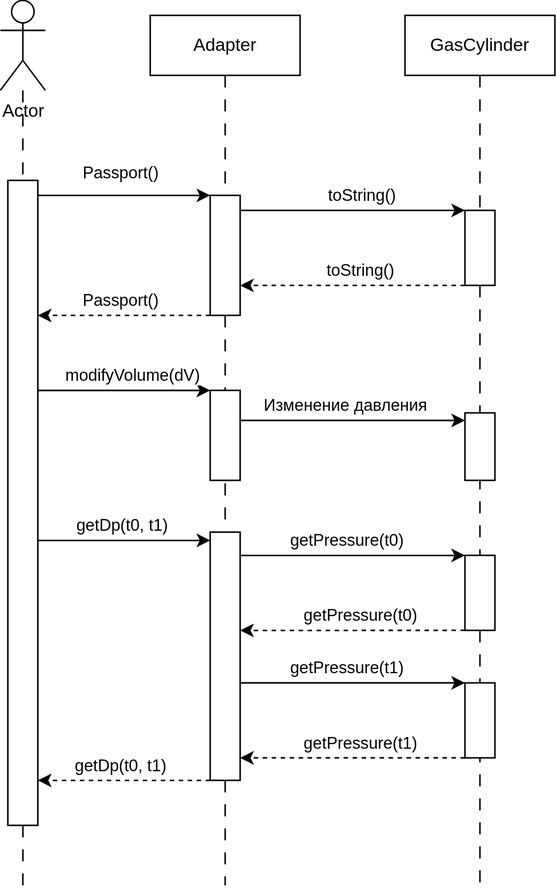
The draw.io diagram lab4/adapter_sd.svg in AlexOS12/tkpo_2024, before a commit. Source tidied: cells renumbered, new cells last; positions are measured from the earlier drawing's top-left corner, leaving out a move shared by most shapes.
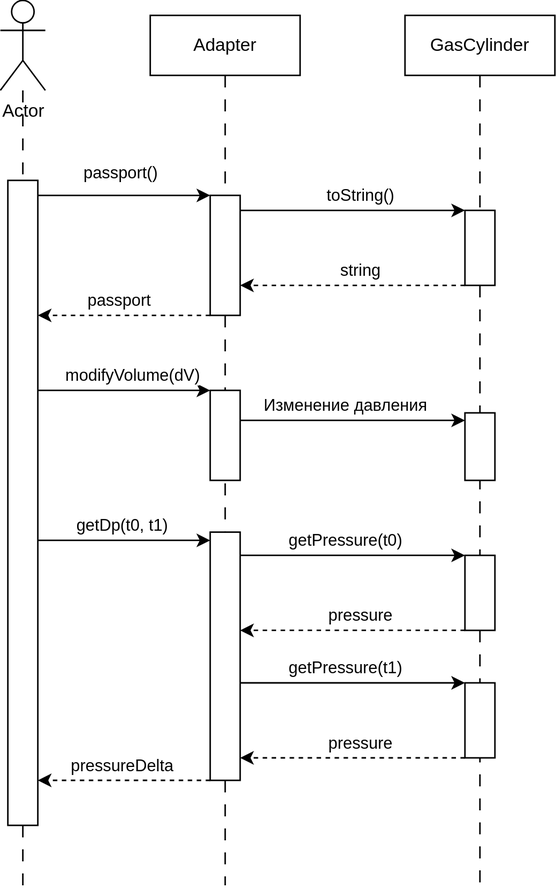
The same file after the commit.

Diff of the diagram source:
```diff
@@ -39,7 +39,7 @@
         </Array>
       </mxGeometry>
     </mxCell>
-    <mxCell id="10" value="Passport()" style="edgeLabel;html=1;align=center;verticalAlign=middle;" parent="9" vertex="1">
+    <mxCell id="10" value="passport()" style="edgeLabel;html=1;align=center;verticalAlign=middle;" parent="9" vertex="1">
       <mxGeometry x="0.29" y="2" relative="1" as="geometry">
         <mxPoint x="-19" y="-13" as="offset" />
       </mxGeometry>
@@ -97,7 +97,7 @@
         </Array>
       </mxGeometry>
     </mxCell>
-    <mxCell id="20" value="Passport()" style="edgeLabel;html=1;align=center;verticalAlign=middle;" parent="19" vertex="1">
+    <mxCell id="20" value="passport" style="edgeLabel;html=1;align=center;verticalAlign=middle;" parent="19" vertex="1">
       <mxGeometry x="-0.27" y="-1" relative="1" as="geometry">
         <mxPoint x="-19" y="-9" as="offset" />
       </mxGeometry>
@@ -116,7 +116,7 @@
         </Array>
       </mxGeometry>
     </mxCell>
-    <mxCell id="24" value="toString()" style="edgeLabel;html=1;align=center;verticalAlign=middle;" parent="23" vertex="1">
+    <mxCell id="24" value="string" style="edgeLabel;html=1;align=center;verticalAlign=middle;" parent="23" vertex="1">
       <mxGeometry x="0.2" y="2" relative="1" as="geometry">
         <mxPoint x="20" y="-12" as="offset" />
       </mxGeometry>
@@ -161,7 +161,7 @@
         </Array>
       </mxGeometry>
     </mxCell>
-    <mxCell id="32" value="getDp(t0, t1)" style="edgeLabel;html=1;align=center;verticalAlign=middle;" parent="31" vertex="1">
+    <mxCell id="32" value="pressureDelta" style="edgeLabel;html=1;align=center;verticalAlign=middle;" parent="31" vertex="1">
       <mxGeometry x="-0.12" relative="1" as="geometry">
         <mxPoint x="-9" y="-10" as="offset" />
       </mxGeometry>
@@ -183,7 +183,7 @@
         </Array>
       </mxGeometry>
     </mxCell>
-    <mxCell id="37" value="getPressure(t0)" style="edgeLabel;html=1;align=center;verticalAlign=middle;" parent="36" vertex="1">
+    <mxCell id="37" value="pressure" style="edgeLabel;html=1;align=center;verticalAlign=middle;" parent="36" vertex="1">
       <mxGeometry x="-0.23" y="-2" relative="1" as="geometry">
         <mxPoint x="-12" y="-8" as="offset" />
       </mxGeometry>
@@ -217,7 +217,7 @@
         </Array>
       </mxGeometry>
     </mxCell>
-    <mxCell id="43" value="getPressure(t1)" style="edgeLabel;html=1;align=center;verticalAlign=middle;" parent="42" vertex="1">
+    <mxCell id="43" value="pressure" style="edgeLabel;html=1;align=center;verticalAlign=middle;" parent="42" vertex="1">
       <mxGeometry x="-0.23" y="-2" relative="1" as="geometry">
         <mxPoint x="-12" y="-8" as="offset" />
       </mxGeometry>
```
